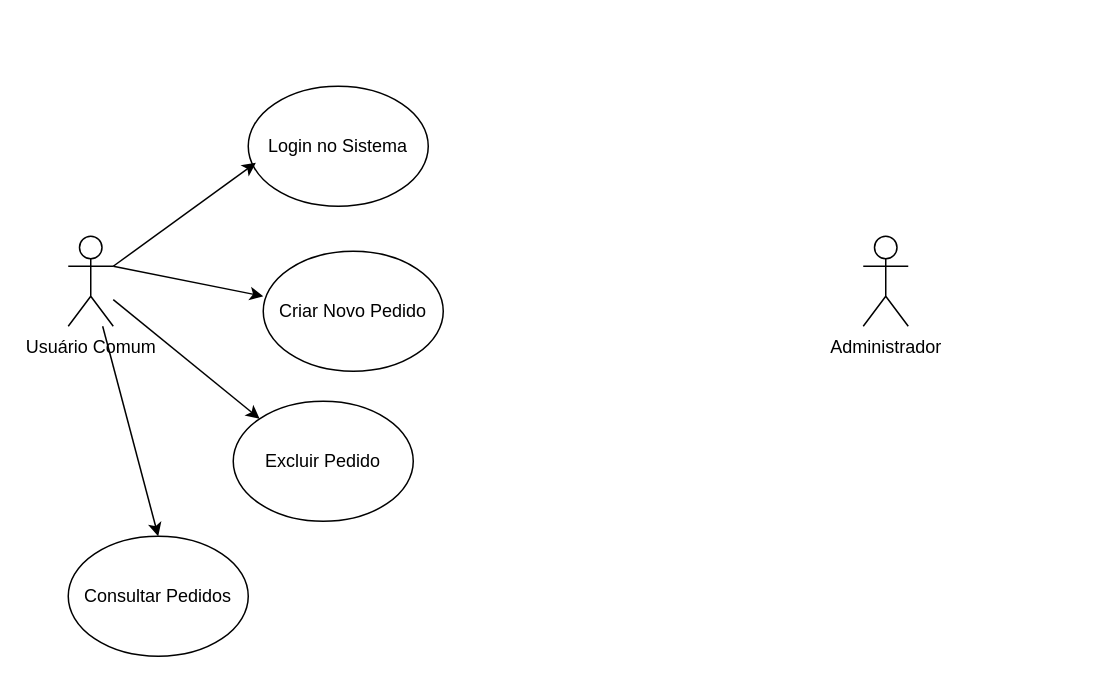
This is DiagramaCasoDeUso.drawio from ArcanjoDaGuarda/AnjoProjetos, a draw.io file, before an edit. Source tidied: cells renumbered, new cells numbered last; positions are measured from the earlier drawing's top-left corner, leaving out a move shared by most shapes. Both pictures are drawn from the tidied source at 150%, with x=0, y=0 at pixel (68, 86).
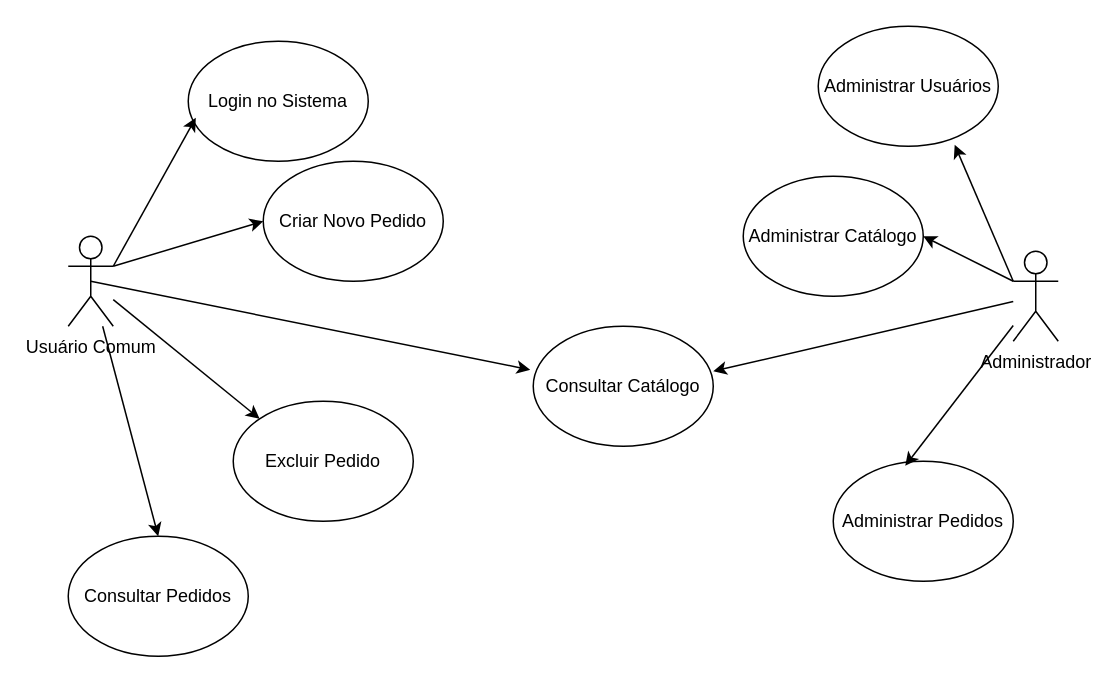
Above is the later version.

Unchanged cells that the change refers to:
```xml
<mxCell id="2" value="Usuário Comum" style="shape=umlActor;verticalLabelPosition=bottom;verticalAlign=top;html=1;outlineConnect=0;" parent="1" vertex="1">
  <mxGeometry y="100" width="30" height="60" as="geometry" />
</mxCell>
```

What changed in the source:
```diff
@@
     <mxCell id="3" value="Administrador" style="shape=umlActor;verticalLabelPosition=bottom;verticalAlign=top;html=1;outlineConnect=0;" parent="1" vertex="1">
-      <mxGeometry x="530" y="100" width="30" height="60" as="geometry" />
+      <mxGeometry x="630" y="110" width="30" height="60" as="geometry" />
     </mxCell>
     <mxCell id="4" value="Login no Sistema" style="ellipse;whiteSpace=wrap;html=1;" parent="1" vertex="1">
-      <mxGeometry x="120" width="120" height="80" as="geometry" />
+      <mxGeometry x="80" y="-30" width="120" height="80" as="geometry" />
     </mxCell>
     <mxCell id="5" value="Criar Novo Pedido" style="ellipse;whiteSpace=wrap;html=1;" parent="1" vertex="1">
-      <mxGeometry x="130" y="110" width="120" height="80" as="geometry" />
+      <mxGeometry x="130" y="50" width="120" height="80" as="geometry" />
     </mxCell>
@@
-    <mxCell id="9" style="endArrow=classic;html=1;rounded=0;" parent="1" edge="1">
+    <mxCell id="9" style="endArrow=classic;html=1;rounded=0;entryX=0;entryY=0.5;entryDx=0;entryDy=0;" parent="1" edge="1" target="5">
       <mxGeometry relative="1" as="geometry">
         <mxPoint x="30" y="120" as="sourcePoint" />
-        <mxPoint x="130" y="140" as="targetPoint" />
       </mxGeometry>
     </mxCell>
@@
+    <mxCell id="12" value="Administrar Usuários" style="ellipse;whiteSpace=wrap;html=1;" parent="1" vertex="1">
+      <mxGeometry x="500" y="-40" width="120" height="80" as="geometry" />
+    </mxCell>
+    <mxCell id="13" value="Administrar Catálogo" style="ellipse;whiteSpace=wrap;html=1;" parent="1" vertex="1">
+      <mxGeometry x="450" y="60" width="120" height="80" as="geometry" />
+    </mxCell>
+    <mxCell id="14" value="Administrar Pedidos" style="ellipse;whiteSpace=wrap;html=1;" parent="1" vertex="1">
+      <mxGeometry x="510" y="250" width="120" height="80" as="geometry" />
+    </mxCell>
+    <mxCell id="15" value="Consultar Catálogo" style="ellipse;whiteSpace=wrap;html=1;" parent="1" vertex="1">
+      <mxGeometry x="310" y="160" width="120" height="80" as="geometry" />
+    </mxCell>
+    <mxCell id="16" style="endArrow=classic;html=1;rounded=0;" parent="1" edge="1" source="3">
+      <mxGeometry relative="1" as="geometry">
+        <mxPoint x="430" y="190" as="targetPoint" />
+      </mxGeometry>
+    </mxCell>
+    <mxCell id="17" style="endArrow=classic;html=1;rounded=0;exitX=0.5;exitY=0.5;exitDx=0;exitDy=0;exitPerimeter=0;entryX=-0.017;entryY=0.363;entryDx=0;entryDy=0;entryPerimeter=0;" parent="1" edge="1" source="2" target="15">
+      <mxGeometry relative="1" as="geometry" />
+    </mxCell>
+    <mxCell id="18" style="endArrow=classic;html=1;rounded=0;exitX=0;exitY=0.3333333333333333;exitDx=0;exitDy=0;exitPerimeter=0;entryX=1;entryY=0.5;entryDx=0;entryDy=0;" parent="1" edge="1" source="3" target="13">
+      <mxGeometry relative="1" as="geometry" />
+    </mxCell>
+    <mxCell id="19" style="endArrow=classic;html=1;rounded=0;exitX=0;exitY=0.3333333333333333;exitDx=0;exitDy=0;exitPerimeter=0;entryX=0.758;entryY=0.988;entryDx=0;entryDy=0;entryPerimeter=0;" parent="1" edge="1" source="3" target="12">
+      <mxGeometry relative="1" as="geometry" />
+    </mxCell>
+    <mxCell id="20" style="endArrow=classic;html=1;rounded=0;entryX=0.4;entryY=0.038;entryDx=0;entryDy=0;entryPerimeter=0;" parent="1" edge="1" source="3" target="14">
+      <mxGeometry relative="1" as="geometry" />
+    </mxCell>
```
